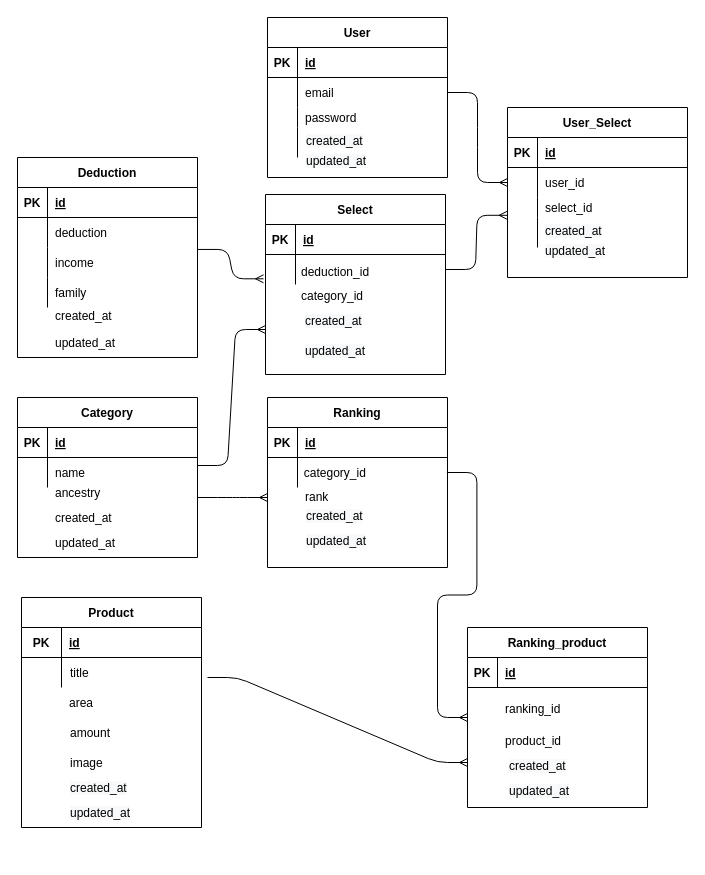
Before: page "ページ1" (1 of 2) of Untitled Diagram.drawio in kojikoji00/furusele-app, a draw.io diagram. Source tidied: cells renumbered, new cells numbered last; positions are measured from the earlier drawing's top-left corner, leaving out a move shared by most shapes. Both pictures are drawn from the tidied source at 100%, with x=0, y=0 at pixel (17, 17).
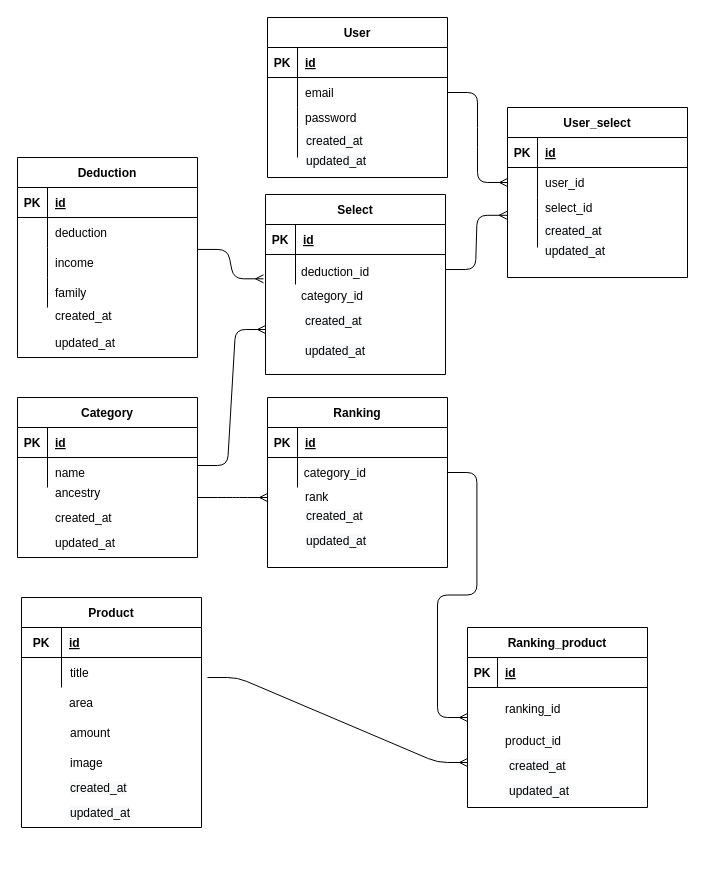
After the change.

Commit message (it also covers changes not shown here):
Untitled Diagram.drawio を更新します

The change refers to these unchanged cells:
```xml
<mxCell id="83" style="group;" parent="1" vertex="1">
  <mxGeometry x="490" y="90" width="180" height="170" as="geometry" />
</mxCell>
```

Diff of the diagram source:
```diff
@@
-    <mxCell id="84" value="User_Select" style="shape=table;startSize=30;childLayout=tableLayout;rowLines=0;fontStyle=1;align=center;" parent="83" vertex="1">
+    <mxCell id="84" value="User_select" style="shape=table;startSize=30;childLayout=tableLayout;rowLines=0;fontStyle=1;align=center;" parent="83" vertex="1">
       <mxGeometry width="180" height="170" as="geometry" />
     </mxCell>
```
